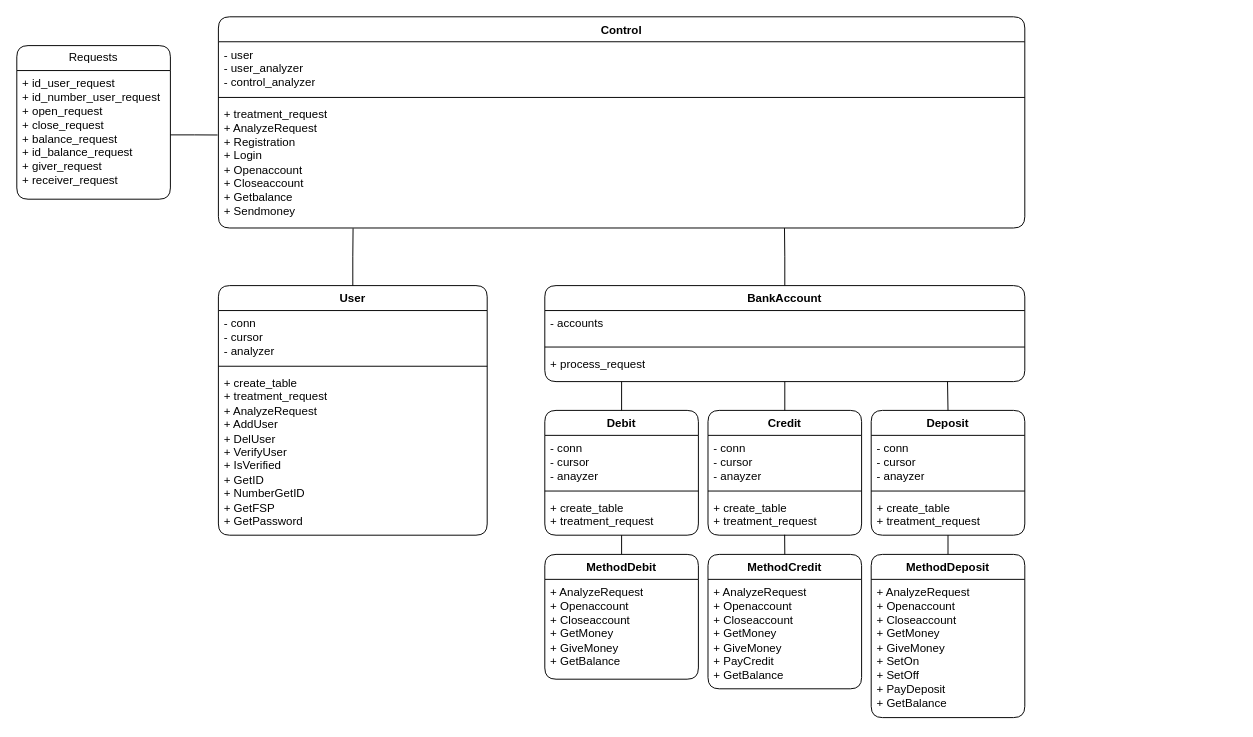
Quirence/QiwiBank keeps this draw.io diagram as UML.drawio. Above is the earlier version. Source tidied: cells renumbered, new cells numbered last; positions are measured from the earlier drawing's top-left corner, leaving out a move shared by most shapes. Both pictures are drawn from the tidied source at 96%, with x=0, y=0 at pixel (16, 16).
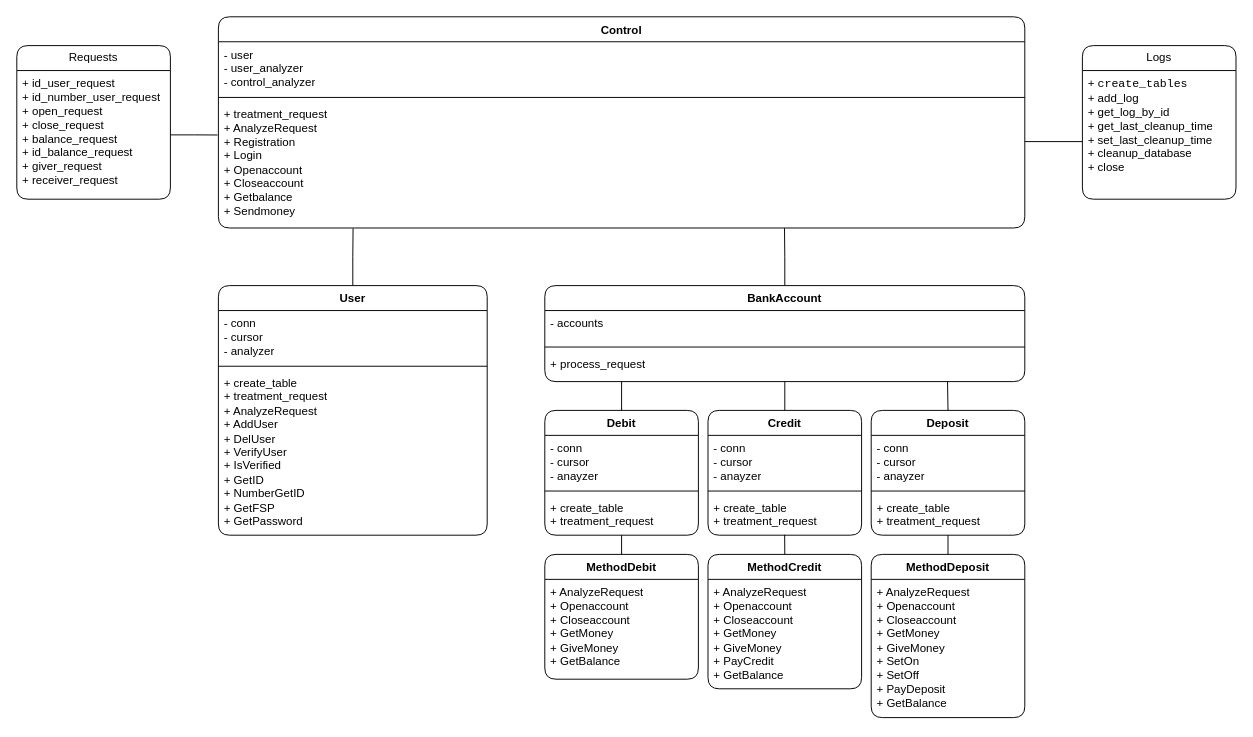
After the change.

Commit message:
UML_BANK_SYSTEM

What changed in the source:
```diff
@@
+    <mxCell id="43" value="Logs" style="swimlane;fontStyle=0;horizontal=1;startSize=26;fillColor=none;whiteSpace=wrap;html=1;rounded=1;" parent="1" vertex="1">
+      <mxGeometry x="1110" y="30" width="160" height="160" as="geometry" />
+    </mxCell>
+    <mxCell id="44" value="+&amp;nbsp;&lt;span style=&quot;font-family: &amp;quot;JetBrains Mono&amp;quot;, monospace;&quot;&gt;create_tables&lt;/span&gt;&lt;div&gt;+ add_log&lt;/div&gt;&lt;div&gt;+ get_log_by_id&lt;/div&gt;&lt;div&gt;+ get_last_cleanup_time&lt;br&gt;+ set_last_cleanup_time&lt;br&gt;+ cleanup_database&lt;/div&gt;&lt;div&gt;+ close&lt;br&gt;&lt;/div&gt;" style="text;strokeColor=none;fillColor=none;align=left;verticalAlign=top;spacingLeft=4;spacingRight=4;overflow=hidden;whiteSpace=wrap;html=1;" parent="43" vertex="1">
+      <mxGeometry y="26" width="160" height="134" as="geometry" />
+    </mxCell>
+    <mxCell id="45" style="endArrow=none;html=1;rounded=0;" parent="1" edge="1">
+      <mxGeometry relative="1" as="geometry">
+        <mxPoint x="1050" y="130" as="sourcePoint" />
+        <mxPoint x="1110" y="130" as="targetPoint" />
+      </mxGeometry>
+    </mxCell>
```
